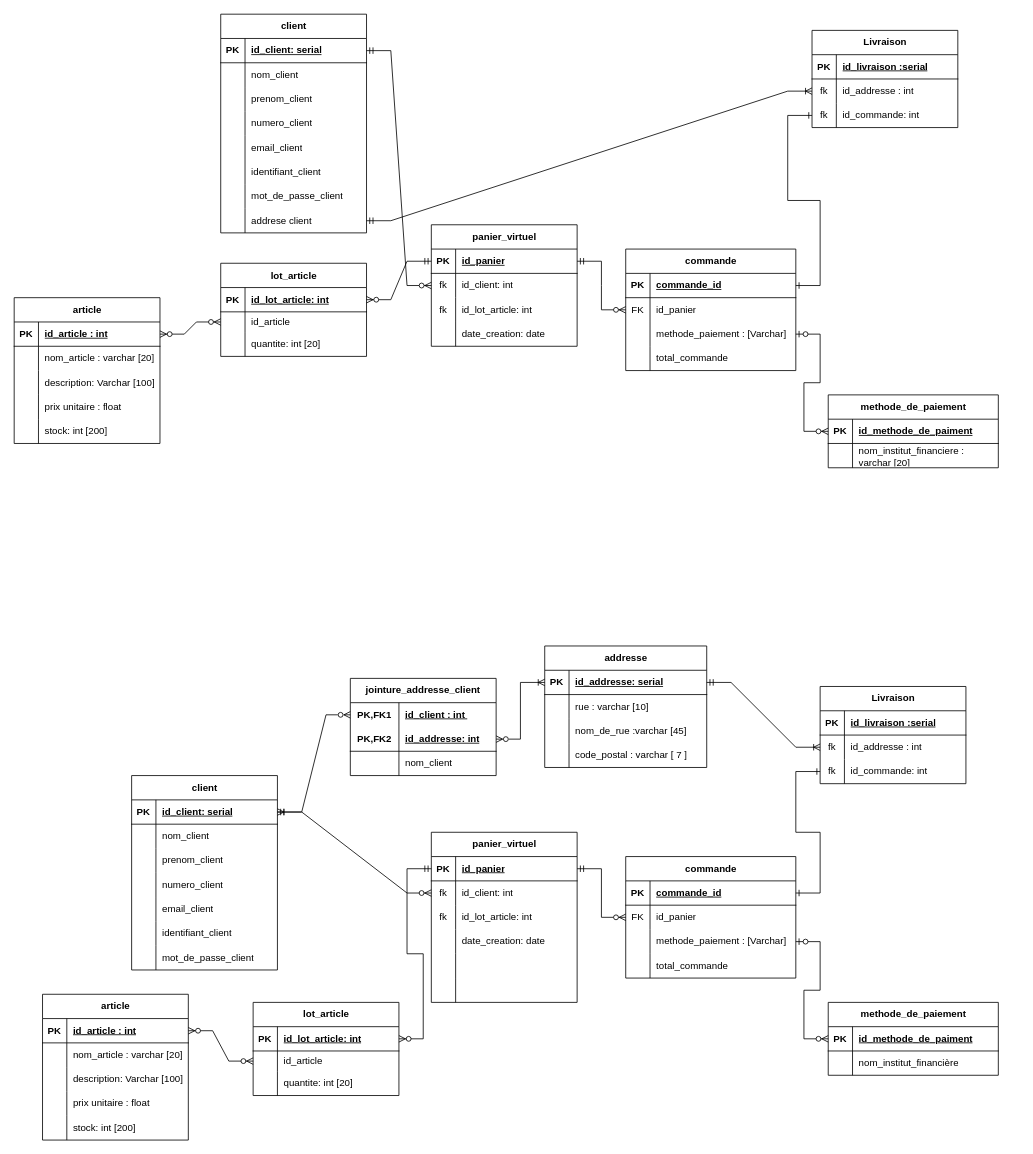
This is modèle site.drawio from franck-code/tests, a draw.io file, before an edit. Source tidied: cells renumbered, new cells numbered last; positions are measured from the earlier drawing's top-left corner, leaving out a move shared by most shapes. Both pictures are drawn from the tidied source at 81%, with x=0, y=0 at pixel (14, 14).
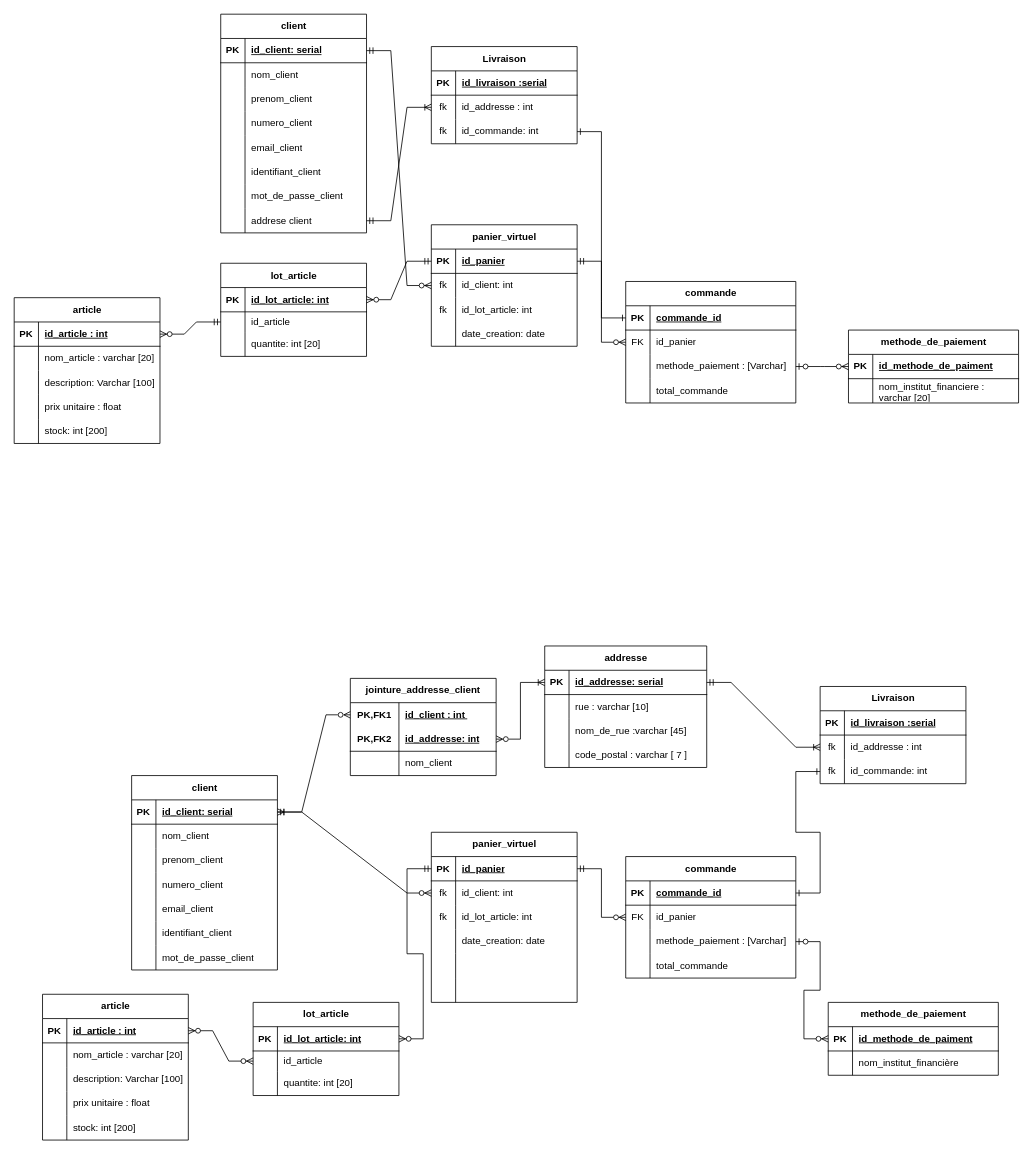
After the change.

Commit message (it also covers changes not shown here):
Mettre à jour modèle site.drawio

Unchanged cells that the change refers to:
```xml
<mxCell id="47" style="shape=tableRow;horizontal=0;startSize=0;swimlaneHead=0;swimlaneBody=0;fillColor=none;points=[[0,0.5],[1,0.5]];portConstraint=eastwest;top=0;left=0;right=0;bottom=0;" parent="40" vertex="1">
  <mxGeometry y="90" width="180" height="30" as="geometry" />
</mxCell>
<mxCell id="51" style="shape=tableRow;horizontal=0;startSize=0;swimlaneHead=0;swimlaneBody=0;fillColor=none;points=[[0,0.5],[1,0.5]];portConstraint=eastwest;top=0;left=0;right=0;bottom=1;" parent="50" vertex="1">
  <mxGeometry y="30" width="180" height="30" as="geometry" />
</mxCell>
<mxCell id="70" style="shape=tableRow;horizontal=0;startSize=0;swimlaneHead=0;swimlaneBody=0;fillColor=none;points=[[0,0.5],[1,0.5]];portConstraint=eastwest;top=0;left=0;right=0;bottom=0;" parent="66" vertex="1">
  <mxGeometry y="60" width="180" height="25" as="geometry" />
</mxCell>
<mxCell id="77" style="shape=tableRow;horizontal=0;startSize=0;swimlaneHead=0;swimlaneBody=0;fillColor=none;points=[[0,0.5],[1,0.5]];portConstraint=eastwest;top=0;left=0;right=0;bottom=1;" parent="76" vertex="1">
  <mxGeometry y="30" width="210" height="30" as="geometry" />
</mxCell>
```

Change to the diagram source:
```diff
@@
     <mxCell id="40" value="Livraison" style="shape=table;startSize=30;childLayout=tableLayout;rowLines=0;fontStyle=1;align=center;html=1;" parent="1" vertex="1">
-      <mxGeometry x="985" y="20" width="180" height="120" as="geometry" />
+      <mxGeometry x="515" y="40" width="180" height="120" as="geometry" />
     </mxCell>
@@
     <mxCell id="76" value="commande" style="shape=table;startSize=30;childLayout=tableLayout;rowLines=0;fontStyle=1;align=center;html=1;" parent="1" vertex="1">
-      <mxGeometry x="755" y="290" width="210" height="150" as="geometry" />
+      <mxGeometry x="755" y="330" width="210" height="150" as="geometry" />
     </mxCell>
@@
-    <mxCell id="92" style="edgeStyle=entityRelationEdgeStyle;fontSize=12;html=1;endArrow=ERzeroToMany;endFill=1;startArrow=ERzeroToMany;rounded=0;entryX=0;entryY=0.5;entryDx=0;entryDy=0;exitX=1;exitY=0.5;exitDx=0;exitDy=0;" parent="1" edge="1" source="51" target="70">
+    <mxCell id="92" style="edgeStyle=entityRelationEdgeStyle;fontSize=12;html=1;endArrow=ERmandOne;endFill=0;startArrow=ERzeroToMany;rounded=0;entryX=0;entryY=0.5;entryDx=0;entryDy=0;exitX=1;exitY=0.5;exitDx=0;exitDy=0;" parent="1" edge="1" source="51" target="70">
       <mxGeometry relative="1" as="geometry" />
     </mxCell>
@@
-    <mxCell id="94" style="edgeStyle=entityRelationEdgeStyle;fontSize=12;html=1;endArrow=ERone;startArrow=ERone;rounded=0;exitX=1;exitY=0.5;exitDx=0;exitDy=0;entryX=0;entryY=0.5;entryDx=0;entryDy=0;startFill=0;endFill=0;" parent="1" edge="1" source="77" target="47">
+    <mxCell id="94" style="edgeStyle=entityRelationEdgeStyle;fontSize=12;html=1;endArrow=ERone;startArrow=ERone;rounded=0;exitX=0;exitY=0.5;exitDx=0;exitDy=0;entryX=1;entryY=0.5;entryDx=0;entryDy=0;startFill=0;endFill=0;" parent="1" edge="1" source="77" target="47">
       <mxGeometry relative="1" as="geometry" />
     </mxCell>
     <mxCell id="95" value="methode_de_paiement" style="shape=table;startSize=30;childLayout=tableLayout;rowLines=0;fontStyle=1;align=center;html=1;" parent="1" vertex="1">
-      <mxGeometry x="1005" y="470" width="210" height="90" as="geometry" />
+      <mxGeometry x="1030" y="390" width="210" height="90" as="geometry" />
     </mxCell>
```
